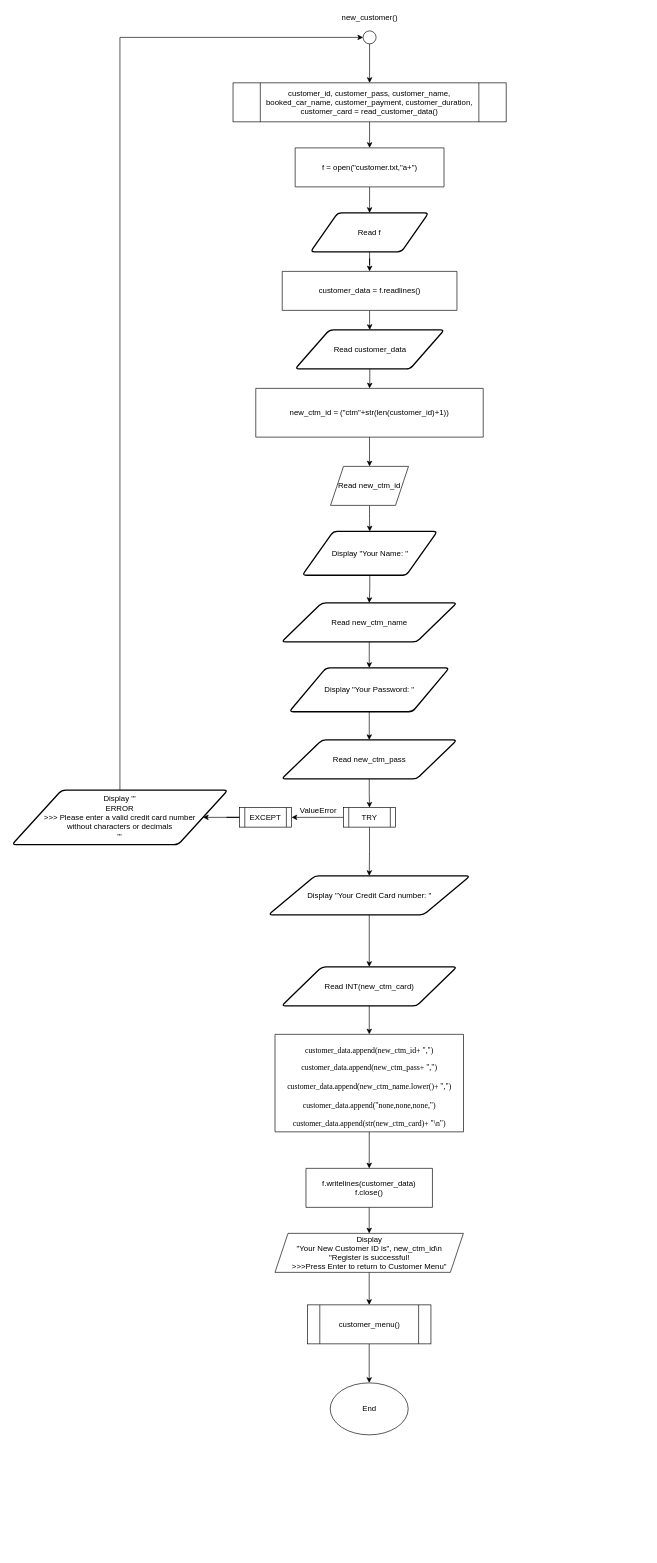
LeeRenJie/python-assignment keeps this draw.io diagram as page "new_customer()" (8 of 27) of Flowchart.drawio. Above is the earlier version. Source tidied: cells renumbered, new cells numbered last; positions are measured from the earlier drawing's top-left corner, leaving out a move shared by most shapes. Both pictures are drawn from the tidied source at 65%, with x=0, y=0 at pixel (12, 11).
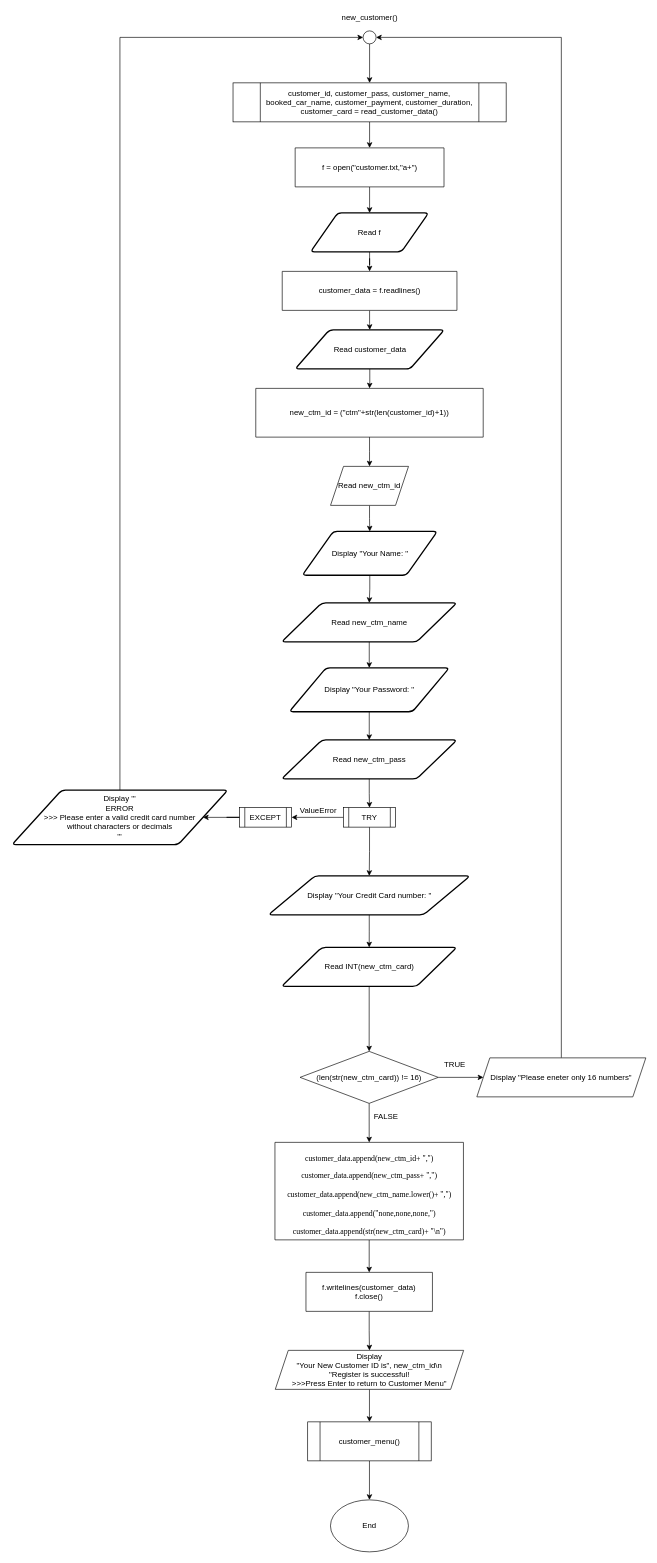
Above is the later version.

The change refers to these unchanged cells:
```xml
<mxCell id="39" style="ellipse;whiteSpace=wrap;html=1;" parent="1" vertex="1">
  <mxGeometry x="540.1" y="30" width="20" height="20" as="geometry" />
</mxCell>
```

The edit, as a diff of the source:
```diff
@@
-    <mxCell id="19" style="edgeStyle=orthogonalEdgeStyle;rounded=0;jettySize=auto;html=1;exitX=0.5;exitY=1;exitDx=0;exitDy=0;entryX=0.5;entryY=0;entryDx=0;entryDy=0;" parent="1" edge="1" source="22" target="26">
+    <mxCell id="19" style="edgeStyle=orthogonalEdgeStyle;rounded=0;jettySize=auto;html=1;exitX=0.5;exitY=1;exitDx=0;exitDy=0;entryX=0.5;entryY=0;entryDx=0;entryDy=0;" parent="1" edge="1" source="49" target="26">
       <mxGeometry relative="1" as="geometry" />
     </mxCell>
@@
     <mxCell id="22" value="Read INT(new_ctm_card)" style="shape=parallelogram;html=1;strokeWidth=2;perimeter=parallelogramPerimeter;whiteSpace=wrap;rounded=1;arcSize=12;size=0.23;" parent="1" vertex="1">
-      <mxGeometry x="414.7" y="1470" width="269.8" height="60" as="geometry" />
+      <mxGeometry x="414.6" y="1440" width="269.8" height="60" as="geometry" />
     </mxCell>
@@
     <mxCell id="26" value="&lt;p class=&quot;MsoNormal&quot;&gt;&lt;span style=&quot;font-family: &amp;#34;times new roman&amp;#34; , serif&quot;&gt;customer_data.append(new_ctm_id+ &quot;,&quot;)&lt;/span&gt;&lt;/p&gt;&lt;span style=&quot;font-family: &amp;#34;times new roman&amp;#34; , serif&quot;&gt;customer_data.append(new_ctm_pass&lt;/span&gt;&lt;span style=&quot;font-family: &amp;#34;times new roman&amp;#34; , serif&quot;&gt;+ &quot;,&quot;)&lt;/span&gt;&lt;span style=&quot;font-family: &amp;#34;times new roman&amp;#34; , serif&quot;&gt;&lt;br&gt;&lt;/span&gt;&lt;br&gt;&lt;span style=&quot;font-family: &amp;#34;times new roman&amp;#34; , serif&quot;&gt;customer_data.append(new_ctm_name.lower()&lt;/span&gt;&lt;span style=&quot;font-family: &amp;#34;times new roman&amp;#34; , serif&quot;&gt;+ &quot;,&quot;)&lt;/span&gt;&lt;span style=&quot;font-family: &amp;#34;times new roman&amp;#34; , serif&quot;&gt;&lt;br&gt;&lt;/span&gt;&lt;br&gt;&lt;span style=&quot;font-family: &amp;#34;times new roman&amp;#34; , serif&quot;&gt;customer_data.append(&quot;none,none,none,&quot;)&lt;/span&gt;&lt;br&gt;&lt;br&gt;&lt;span style=&quot;font-family: &amp;#34;times new roman&amp;#34; , serif&quot;&gt;customer_data.append(str(new_ctm_card)&lt;/span&gt;&lt;span style=&quot;font-family: &amp;#34;times new roman&amp;#34; , serif&quot;&gt;+ &quot;\n&quot;)&lt;/span&gt;&lt;span style=&quot;font-family: &amp;#34;times new roman&amp;#34; , serif&quot;&gt;&lt;br&gt;&lt;/span&gt;" style="shape=parallelogram;perimeter=parallelogramPerimeter;whiteSpace=wrap;html=1;fixedSize=1;size=-280;" parent="1" vertex="1">
-      <mxGeometry x="404.6" y="1573.8" width="290" height="150" as="geometry" />
+      <mxGeometry x="404.5" y="1740" width="290" height="150" as="geometry" />
     </mxCell>
@@
     <mxCell id="28" value="f.writelines(customer_data)&lt;br&gt;f.close()" style="shape=parallelogram;perimeter=parallelogramPerimeter;whiteSpace=wrap;html=1;fixedSize=1;size=-280;" parent="1" vertex="1">
-      <mxGeometry x="452.2" y="1780" width="194.6" height="60" as="geometry" />
+      <mxGeometry x="452.2" y="1940" width="194.6" height="60" as="geometry" />
     </mxCell>
@@
     <mxCell id="30" value="Display&lt;br&gt;&quot;Your New Customer ID is&quot;, new_ctm_id\n&lt;br&gt;&quot;Register is successful!&lt;br&gt;&amp;gt;&amp;gt;&amp;gt;Press Enter to return to Customer Menu&quot;" style="shape=parallelogram;perimeter=parallelogramPerimeter;whiteSpace=wrap;html=1;fixedSize=1;" parent="1" vertex="1">
-      <mxGeometry x="404.6" y="1880" width="289.8" height="60" as="geometry" />
+      <mxGeometry x="405" y="2060" width="289.8" height="60" as="geometry" />
     </mxCell>
@@
     <mxCell id="32" value="customer_menu()" style="shape=process;whiteSpace=wrap;html=1;backgroundOutline=1;" parent="1" vertex="1">
-      <mxGeometry x="454.5" y="1990" width="190" height="60" as="geometry" />
+      <mxGeometry x="454.9" y="2170" width="190" height="60" as="geometry" />
     </mxCell>
@@
     <mxCell id="35" value="End" style="ellipse;whiteSpace=wrap;html=1;" parent="1" vertex="1">
-      <mxGeometry x="489.5" y="2110" width="120" height="80" as="geometry" />
+      <mxGeometry x="489.9" y="2290" width="120" height="80" as="geometry" />
     </mxCell>
@@
+    <mxCell id="48" style="edgeStyle=orthogonalEdgeStyle;rounded=0;jettySize=auto;html=1;" parent="1" edge="1" source="49" target="54">
+      <mxGeometry relative="1" as="geometry" />
+    </mxCell>
+    <mxCell id="49" value="&lt;div style=&quot;line-height: 19px&quot;&gt;(len(str(new_ctm_card)) != 16)&lt;/div&gt;" style="rhombus;whiteSpace=wrap;html=1;" parent="1" vertex="1">
+      <mxGeometry x="443.1" y="1600" width="212.7" height="80" as="geometry" />
+    </mxCell>
+    <mxCell id="50" style="edgeStyle=orthogonalEdgeStyle;rounded=0;jettySize=auto;html=1;exitX=0.5;exitY=1;exitDx=0;exitDy=0;entryX=0.5;entryY=0;entryDx=0;entryDy=0;" parent="1" edge="1" source="22" target="49">
+      <mxGeometry relative="1" as="geometry" />
+    </mxCell>
+    <mxCell id="51" value="FALSE" style="text;html=1;align=center;verticalAlign=middle;" parent="1" vertex="1">
+      <mxGeometry x="550.1" y="1690" width="50" height="20" as="geometry" />
+    </mxCell>
+    <mxCell id="52" value="TRUE" style="text;html=1;align=center;verticalAlign=middle;" parent="1" vertex="1">
+      <mxGeometry x="655.8" y="1610" width="50" height="20" as="geometry" />
+    </mxCell>
+    <mxCell id="53" style="edgeStyle=orthogonalEdgeStyle;rounded=0;jettySize=auto;html=1;exitX=0.5;exitY=0;exitDx=0;exitDy=0;entryX=1;entryY=0.5;entryDx=0;entryDy=0;" parent="1" edge="1" source="54" target="39">
+      <mxGeometry relative="1" as="geometry" />
+    </mxCell>
+    <mxCell id="54" value="Display &quot;Please eneter only 16 numbers&quot;" style="shape=parallelogram;perimeter=parallelogramPerimeter;whiteSpace=wrap;html=1;fixedSize=1;" parent="1" vertex="1">
+      <mxGeometry x="715.1" y="1610" width="260" height="60" as="geometry" />
+    </mxCell>
```
